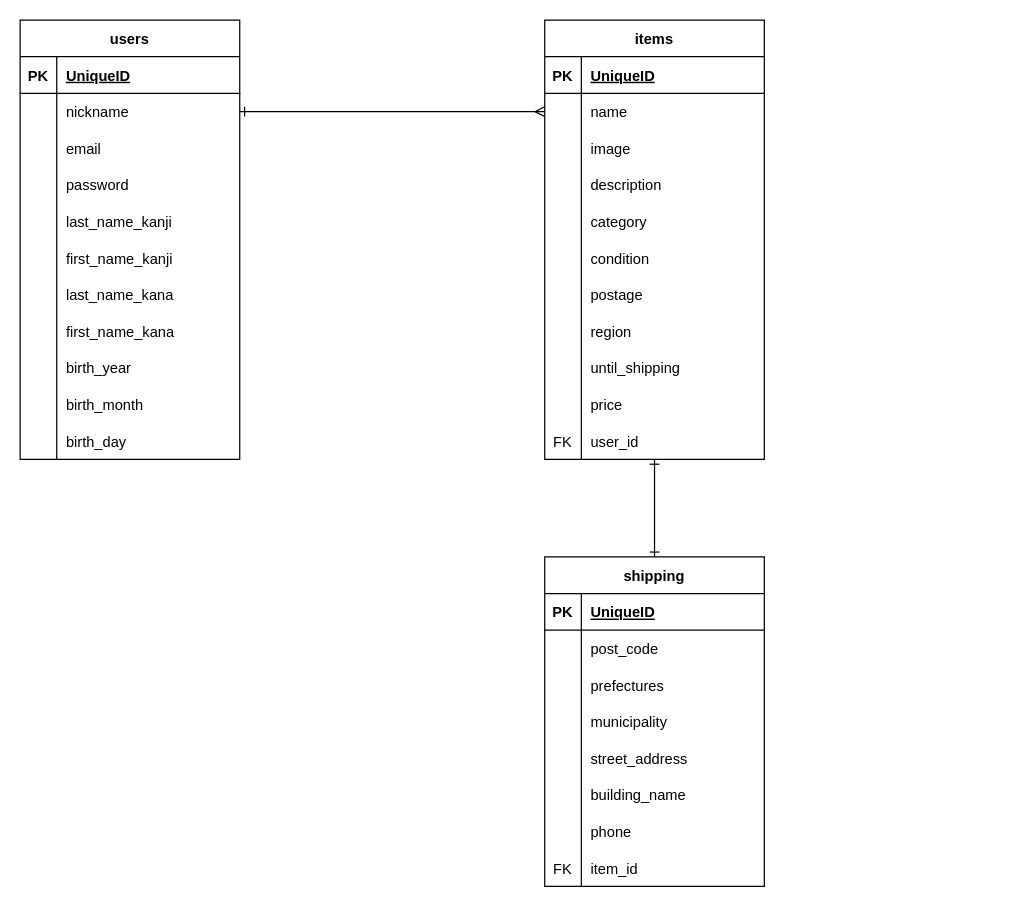
This is ER図.dio from Shun-ST-TechCamp/furima-39524, a draw.io file, before an edit. Source tidied: cells renumbered, new cells numbered last; positions are measured from the earlier drawing's top-left corner, leaving out a move shared by most shapes. Both pictures are drawn from the tidied source at 122%, with x=0, y=0 at pixel (20, 20).
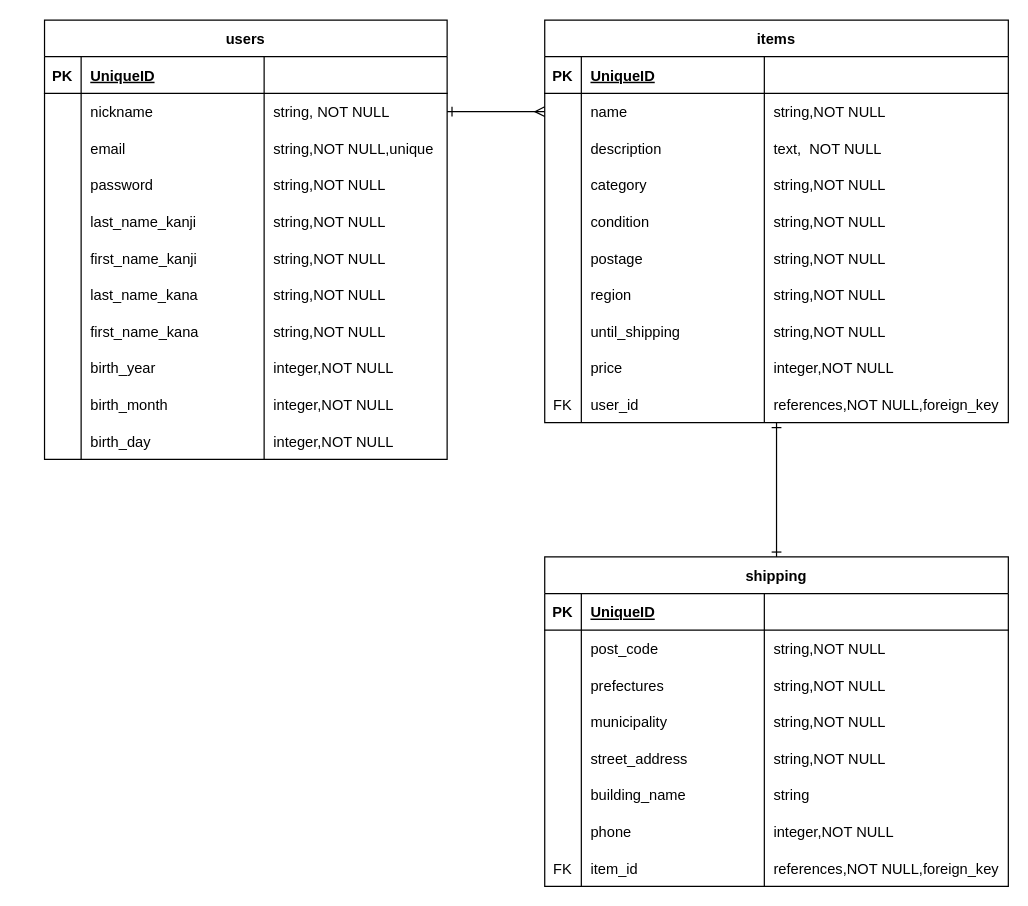
Above is the later version.

The edit, as a diff of the source:
```diff
@@
     <mxCell id="2" value="users" style="shape=table;startSize=30;childLayout=tableLayout;rowLines=0;fontStyle=1;align=center;" parent="1" vertex="1">
-      <mxGeometry width="180" height="360" as="geometry" />
+      <mxGeometry x="20" width="330" height="360" as="geometry" />
     </mxCell>
     <mxCell id="3" style="shape=tableRow;horizontal=0;startSize=0;swimlaneHead=0;swimlaneBody=0;fillColor=none;top=0;left=0;right=0;bottom=1;" parent="2" vertex="1">
-      <mxGeometry y="30" width="180" height="30" as="geometry" />
+      <mxGeometry y="30" width="330" height="30" as="geometry" />
     </mxCell>
@@
+    <mxCell id="97" style="shape=partialRectangle;fillColor=none;top=0;left=0;bottom=0;right=0;align=left;spacingLeft=6;fontStyle=5;overflow=hidden;" parent="3" vertex="1">
+      <mxGeometry x="180" width="150" height="30" as="geometry" />
+    </mxCell>
     <mxCell id="6" style="shape=tableRow;horizontal=0;startSize=0;swimlaneHead=0;swimlaneBody=0;fillColor=none;points=[[0,0.5],[1,0.5]];portConstraint=eastwest;top=0;left=0;right=0;bottom=0;" parent="2" vertex="1">
-      <mxGeometry y="60" width="180" height="30" as="geometry" />
+      <mxGeometry y="60" width="330" height="30" as="geometry" />
     </mxCell>
@@
+    <mxCell id="98" value="string, NOT NULL" style="shape=partialRectangle;fillColor=none;top=0;left=0;bottom=0;right=0;align=left;spacingLeft=6;overflow=hidden;" parent="6" vertex="1">
+      <mxGeometry x="180" width="150" height="30" as="geometry" />
+    </mxCell>
     <mxCell id="9" style="shape=tableRow;horizontal=0;startSize=0;swimlaneHead=0;swimlaneBody=0;fillColor=none;top=0;left=0;right=0;bottom=0;" parent="2" vertex="1">
-      <mxGeometry y="90" width="180" height="30" as="geometry" />
+      <mxGeometry y="90" width="330" height="30" as="geometry" />
     </mxCell>
@@
+    <mxCell id="99" value="string,NOT NULL,unique" style="shape=partialRectangle;fillColor=none;top=0;left=0;bottom=0;right=0;align=left;spacingLeft=6;overflow=hidden;" parent="9" vertex="1">
+      <mxGeometry x="180" width="150" height="30" as="geometry" />
+    </mxCell>
     <mxCell id="12" style="shape=tableRow;horizontal=0;startSize=0;swimlaneHead=0;swimlaneBody=0;fillColor=none;top=0;left=0;right=0;bottom=0;" parent="2" vertex="1">
-      <mxGeometry y="120" width="180" height="30" as="geometry" />
+      <mxGeometry y="120" width="330" height="30" as="geometry" />
     </mxCell>
@@
+    <mxCell id="100" value="string,NOT NULL" style="shape=partialRectangle;fillColor=none;top=0;left=0;bottom=0;right=0;align=left;spacingLeft=6;overflow=hidden;" parent="12" vertex="1">
+      <mxGeometry x="180" width="150" height="30" as="geometry" />
+    </mxCell>
     <mxCell id="15" style="shape=tableRow;horizontal=0;startSize=0;swimlaneHead=0;swimlaneBody=0;fillColor=none;top=0;left=0;right=0;bottom=0;" parent="2" vertex="1">
-      <mxGeometry y="150" width="180" height="30" as="geometry" />
+      <mxGeometry y="150" width="330" height="30" as="geometry" />
     </mxCell>
@@
+    <mxCell id="101" value="string,NOT NULL" style="shape=partialRectangle;fillColor=none;top=0;left=0;bottom=0;right=0;align=left;spacingLeft=6;overflow=hidden;" parent="15" vertex="1">
+      <mxGeometry x="180" width="150" height="30" as="geometry" />
+    </mxCell>
     <mxCell id="18" style="shape=tableRow;horizontal=0;startSize=0;swimlaneHead=0;swimlaneBody=0;fillColor=none;top=0;left=0;right=0;bottom=0;" parent="2" vertex="1">
-      <mxGeometry y="180" width="180" height="30" as="geometry" />
+      <mxGeometry y="180" width="330" height="30" as="geometry" />
     </mxCell>
@@
+    <mxCell id="102" value="string,NOT NULL" style="shape=partialRectangle;fillColor=none;top=0;left=0;bottom=0;right=0;align=left;spacingLeft=6;overflow=hidden;" parent="18" vertex="1">
+      <mxGeometry x="180" width="150" height="30" as="geometry" />
+    </mxCell>
     <mxCell id="21" style="shape=tableRow;horizontal=0;startSize=0;swimlaneHead=0;swimlaneBody=0;fillColor=none;top=0;left=0;right=0;bottom=0;" parent="2" vertex="1">
-      <mxGeometry y="210" width="180" height="30" as="geometry" />
+      <mxGeometry y="210" width="330" height="30" as="geometry" />
     </mxCell>
@@
+    <mxCell id="103" value="string,NOT NULL" style="shape=partialRectangle;fillColor=none;top=0;left=0;bottom=0;right=0;align=left;spacingLeft=6;overflow=hidden;" parent="21" vertex="1">
+      <mxGeometry x="180" width="150" height="30" as="geometry" />
+    </mxCell>
     <mxCell id="24" style="shape=tableRow;horizontal=0;startSize=0;swimlaneHead=0;swimlaneBody=0;fillColor=none;top=0;left=0;right=0;bottom=0;" parent="2" vertex="1">
-      <mxGeometry y="240" width="180" height="30" as="geometry" />
+      <mxGeometry y="240" width="330" height="30" as="geometry" />
     </mxCell>
@@
+    <mxCell id="104" value="string,NOT NULL" style="shape=partialRectangle;fillColor=none;top=0;left=0;bottom=0;right=0;align=left;spacingLeft=6;overflow=hidden;" parent="24" vertex="1">
+      <mxGeometry x="180" width="150" height="30" as="geometry" />
+    </mxCell>
     <mxCell id="27" style="shape=tableRow;horizontal=0;startSize=0;swimlaneHead=0;swimlaneBody=0;fillColor=none;top=0;left=0;right=0;bottom=0;" parent="2" vertex="1">
-      <mxGeometry y="270" width="180" height="30" as="geometry" />
+      <mxGeometry y="270" width="330" height="30" as="geometry" />
     </mxCell>
@@
+    <mxCell id="105" value="integer,NOT NULL" style="shape=partialRectangle;fillColor=none;top=0;left=0;bottom=0;right=0;align=left;spacingLeft=6;overflow=hidden;" parent="27" vertex="1">
+      <mxGeometry x="180" width="150" height="30" as="geometry" />
+    </mxCell>
     <mxCell id="30" style="shape=tableRow;horizontal=0;startSize=0;swimlaneHead=0;swimlaneBody=0;fillColor=none;top=0;left=0;right=0;bottom=0;" parent="2" vertex="1">
-      <mxGeometry y="300" width="180" height="30" as="geometry" />
+      <mxGeometry y="300" width="330" height="30" as="geometry" />
     </mxCell>
@@
+    <mxCell id="106" value="integer,NOT NULL" style="shape=partialRectangle;fillColor=none;top=0;left=0;bottom=0;right=0;align=left;spacingLeft=6;overflow=hidden;" parent="30" vertex="1">
+      <mxGeometry x="180" width="150" height="30" as="geometry" />
+    </mxCell>
     <mxCell id="33" style="shape=tableRow;horizontal=0;startSize=0;swimlaneHead=0;swimlaneBody=0;fillColor=none;top=0;left=0;right=0;bottom=0;" parent="2" vertex="1">
-      <mxGeometry y="330" width="180" height="30" as="geometry" />
+      <mxGeometry y="330" width="330" height="30" as="geometry" />
     </mxCell>
@@
+    <mxCell id="107" value="integer,NOT NULL" style="shape=partialRectangle;fillColor=none;top=0;left=0;bottom=0;right=0;align=left;spacingLeft=6;overflow=hidden;" parent="33" vertex="1">
+      <mxGeometry x="180" width="150" height="30" as="geometry" />
+    </mxCell>
@@
     <mxCell id="37" value="items" style="shape=table;startSize=30;childLayout=tableLayout;rowLines=0;fontStyle=1;align=center;" parent="1" vertex="1">
-      <mxGeometry x="430" width="180" height="360" as="geometry" />
+      <mxGeometry x="430" width="380" height="330" as="geometry" />
     </mxCell>
     <mxCell id="38" style="shape=tableRow;horizontal=0;startSize=0;swimlaneHead=0;swimlaneBody=0;fillColor=none;top=0;left=0;right=0;bottom=1;" parent="37" vertex="1">
-      <mxGeometry y="30" width="180" height="30" as="geometry" />
+      <mxGeometry y="30" width="380" height="30" as="geometry" />
     </mxCell>
@@
+    <mxCell id="108" style="shape=partialRectangle;fillColor=none;top=0;left=0;bottom=0;right=0;align=left;spacingLeft=6;fontStyle=5;overflow=hidden;" parent="38" vertex="1">
+      <mxGeometry x="180" width="200" height="30" as="geometry" />
+    </mxCell>
     <mxCell id="41" style="shape=tableRow;horizontal=0;startSize=0;swimlaneHead=0;swimlaneBody=0;fillColor=none;points=[[0,0.5],[1,0.5]];portConstraint=eastwest;top=0;left=0;right=0;bottom=0;" parent="37" vertex="1">
-      <mxGeometry y="60" width="180" height="30" as="geometry" />
+      <mxGeometry y="60" width="380" height="30" as="geometry" />
     </mxCell>
@@
-    <mxCell id="44" style="shape=tableRow;horizontal=0;startSize=0;swimlaneHead=0;swimlaneBody=0;fillColor=none;top=0;left=0;right=0;bottom=0;" parent="37" vertex="1">
-      <mxGeometry y="90" width="180" height="30" as="geometry" />
-    </mxCell>
-    <mxCell id="45" style="shape=partialRectangle;fillColor=none;top=0;left=0;bottom=0;right=0;overflow=hidden;" parent="44" vertex="1">
-      <mxGeometry width="30" height="30" as="geometry" />
-    </mxCell>
-    <mxCell id="46" value="image" style="shape=partialRectangle;fillColor=none;top=0;left=0;bottom=0;right=0;align=left;spacingLeft=6;overflow=hidden;" parent="44" vertex="1">
-      <mxGeometry x="30" width="150" height="30" as="geometry" />
-    </mxCell>
+    <mxCell id="109" value="string,NOT NULL" style="shape=partialRectangle;fillColor=none;top=0;left=0;bottom=0;right=0;align=left;spacingLeft=6;overflow=hidden;" parent="41" vertex="1">
+      <mxGeometry x="180" width="200" height="30" as="geometry" />
+    </mxCell>
     <mxCell id="47" style="shape=tableRow;horizontal=0;startSize=0;swimlaneHead=0;swimlaneBody=0;fillColor=none;top=0;left=0;right=0;bottom=0;" parent="37" vertex="1">
-      <mxGeometry y="120" width="180" height="30" as="geometry" />
+      <mxGeometry y="90" width="380" height="30" as="geometry" />
     </mxCell>
@@
+    <mxCell id="110" value="text,  NOT NULL" style="shape=partialRectangle;fillColor=none;top=0;left=0;bottom=0;right=0;align=left;spacingLeft=6;overflow=hidden;" parent="47" vertex="1">
+      <mxGeometry x="180" width="200" height="30" as="geometry" />
+    </mxCell>
     <mxCell id="50" style="shape=tableRow;horizontal=0;startSize=0;swimlaneHead=0;swimlaneBody=0;fillColor=none;top=0;left=0;right=0;bottom=0;" parent="37" vertex="1">
-      <mxGeometry y="150" width="180" height="30" as="geometry" />
+      <mxGeometry y="120" width="380" height="30" as="geometry" />
     </mxCell>
@@
+    <mxCell id="111" value="string,NOT NULL" style="shape=partialRectangle;fillColor=none;top=0;left=0;bottom=0;right=0;align=left;spacingLeft=6;overflow=hidden;" parent="50" vertex="1">
+      <mxGeometry x="180" width="200" height="30" as="geometry" />
+    </mxCell>
     <mxCell id="53" style="shape=tableRow;horizontal=0;startSize=0;swimlaneHead=0;swimlaneBody=0;fillColor=none;top=0;left=0;right=0;bottom=0;" parent="37" vertex="1">
-      <mxGeometry y="180" width="180" height="30" as="geometry" />
+      <mxGeometry y="150" width="380" height="30" as="geometry" />
     </mxCell>
@@
+    <mxCell id="112" value="string,NOT NULL" style="shape=partialRectangle;fillColor=none;top=0;left=0;bottom=0;right=0;align=left;spacingLeft=6;overflow=hidden;" parent="53" vertex="1">
+      <mxGeometry x="180" width="200" height="30" as="geometry" />
+    </mxCell>
     <mxCell id="56" style="shape=tableRow;horizontal=0;startSize=0;swimlaneHead=0;swimlaneBody=0;fillColor=none;top=0;left=0;right=0;bottom=0;" parent="37" vertex="1">
-      <mxGeometry y="210" width="180" height="30" as="geometry" />
+      <mxGeometry y="180" width="380" height="30" as="geometry" />
     </mxCell>
@@
+    <mxCell id="113" value="string,NOT NULL" style="shape=partialRectangle;fillColor=none;top=0;left=0;bottom=0;right=0;align=left;spacingLeft=6;overflow=hidden;labelBorderColor=none;" parent="56" vertex="1">
+      <mxGeometry x="180" width="200" height="30" as="geometry" />
+    </mxCell>
     <mxCell id="59" style="shape=tableRow;horizontal=0;startSize=0;swimlaneHead=0;swimlaneBody=0;fillColor=none;top=0;left=0;right=0;bottom=0;" parent="37" vertex="1">
-      <mxGeometry y="240" width="180" height="30" as="geometry" />
+      <mxGeometry y="210" width="380" height="30" as="geometry" />
     </mxCell>
@@
+    <mxCell id="114" value="string,NOT NULL" style="shape=partialRectangle;fillColor=none;top=0;left=0;bottom=0;right=0;align=left;spacingLeft=6;overflow=hidden;labelBorderColor=none;" parent="59" vertex="1">
+      <mxGeometry x="180" width="200" height="30" as="geometry" />
+    </mxCell>
     <mxCell id="62" style="shape=tableRow;horizontal=0;startSize=0;swimlaneHead=0;swimlaneBody=0;fillColor=none;top=0;left=0;right=0;bottom=0;" parent="37" vertex="1">
-      <mxGeometry y="270" width="180" height="30" as="geometry" />
+      <mxGeometry y="240" width="380" height="30" as="geometry" />
     </mxCell>
@@
+    <mxCell id="115" value="string,NOT NULL" style="shape=partialRectangle;fillColor=none;top=0;left=0;bottom=0;right=0;align=left;spacingLeft=6;overflow=hidden;labelBorderColor=none;" parent="62" vertex="1">
+      <mxGeometry x="180" width="200" height="30" as="geometry" />
+    </mxCell>
     <mxCell id="65" style="shape=tableRow;horizontal=0;startSize=0;swimlaneHead=0;swimlaneBody=0;fillColor=none;top=0;left=0;right=0;bottom=0;" parent="37" vertex="1">
-      <mxGeometry y="300" width="180" height="30" as="geometry" />
+      <mxGeometry y="270" width="380" height="30" as="geometry" />
     </mxCell>
@@
+    <mxCell id="116" value="integer,NOT NULL" style="shape=partialRectangle;fillColor=none;top=0;left=0;bottom=0;right=0;align=left;spacingLeft=6;overflow=hidden;labelBorderColor=none;" parent="65" vertex="1">
+      <mxGeometry x="180" width="200" height="30" as="geometry" />
+    </mxCell>
     <mxCell id="68" style="shape=tableRow;horizontal=0;startSize=0;swimlaneHead=0;swimlaneBody=0;fillColor=none;top=0;left=0;right=0;bottom=0;" parent="37" vertex="1">
-      <mxGeometry y="330" width="180" height="30" as="geometry" />
+      <mxGeometry y="300" width="380" height="30" as="geometry" />
     </mxCell>
@@
+    <mxCell id="117" value="references,NOT NULL,foreign_key" style="shape=partialRectangle;fillColor=none;top=0;left=0;bottom=0;right=0;align=left;spacingLeft=6;overflow=hidden;labelBorderColor=none;" parent="68" vertex="1">
+      <mxGeometry x="180" width="200" height="30" as="geometry" />
+    </mxCell>
     <mxCell id="71" value="shipping" style="shape=table;startSize=30;childLayout=tableLayout;rowLines=0;fontStyle=1;align=center;" parent="1" vertex="1">
-      <mxGeometry x="430" y="440" width="180" height="270" as="geometry" />
+      <mxGeometry x="430" y="440" width="380" height="270" as="geometry" />
     </mxCell>
     <mxCell id="72" style="shape=tableRow;horizontal=0;startSize=0;swimlaneHead=0;swimlaneBody=0;fillColor=none;top=0;left=0;right=0;bottom=1;" parent="71" vertex="1">
-      <mxGeometry y="30" width="180" height="30" as="geometry" />
+      <mxGeometry y="30" width="380" height="30" as="geometry" />
     </mxCell>
@@
+    <mxCell id="118" style="shape=partialRectangle;fillColor=none;top=0;left=0;bottom=0;right=0;align=left;spacingLeft=6;fontStyle=5;overflow=hidden;" parent="72" vertex="1">
+      <mxGeometry x="180" width="200" height="30" as="geometry" />
+    </mxCell>
     <mxCell id="75" style="shape=tableRow;horizontal=0;startSize=0;swimlaneHead=0;swimlaneBody=0;fillColor=none;top=0;left=0;right=0;bottom=0;" parent="71" vertex="1">
-      <mxGeometry y="60" width="180" height="30" as="geometry" />
+      <mxGeometry y="60" width="380" height="30" as="geometry" />
     </mxCell>
@@
+    <mxCell id="119" value="string,NOT NULL" style="shape=partialRectangle;fillColor=none;top=0;left=0;bottom=0;right=0;align=left;spacingLeft=6;overflow=hidden;" parent="75" vertex="1">
+      <mxGeometry x="180" width="200" height="30" as="geometry" />
+    </mxCell>
     <mxCell id="78" style="shape=tableRow;horizontal=0;startSize=0;swimlaneHead=0;swimlaneBody=0;fillColor=none;top=0;left=0;right=0;bottom=0;" parent="71" vertex="1">
-      <mxGeometry y="90" width="180" height="30" as="geometry" />
+      <mxGeometry y="90" width="380" height="30" as="geometry" />
     </mxCell>
@@
+    <mxCell id="120" value="string,NOT NULL" style="shape=partialRectangle;fillColor=none;top=0;left=0;bottom=0;right=0;align=left;spacingLeft=6;overflow=hidden;" parent="78" vertex="1">
+      <mxGeometry x="180" width="200" height="30" as="geometry" />
+    </mxCell>
     <mxCell id="81" style="shape=tableRow;horizontal=0;startSize=0;swimlaneHead=0;swimlaneBody=0;fillColor=none;top=0;left=0;right=0;bottom=0;" parent="71" vertex="1">
-      <mxGeometry y="120" width="180" height="30" as="geometry" />
+      <mxGeometry y="120" width="380" height="30" as="geometry" />
     </mxCell>
@@
+    <mxCell id="121" value="string,NOT NULL" style="shape=partialRectangle;fillColor=none;top=0;left=0;bottom=0;right=0;align=left;spacingLeft=6;overflow=hidden;" parent="81" vertex="1">
+      <mxGeometry x="180" width="200" height="30" as="geometry" />
+    </mxCell>
     <mxCell id="84" style="shape=tableRow;horizontal=0;startSize=0;swimlaneHead=0;swimlaneBody=0;fillColor=none;top=0;left=0;right=0;bottom=0;" parent="71" vertex="1">
-      <mxGeometry y="150" width="180" height="30" as="geometry" />
+      <mxGeometry y="150" width="380" height="30" as="geometry" />
     </mxCell>
@@
+    <mxCell id="122" value="string,NOT NULL" style="shape=partialRectangle;fillColor=none;top=0;left=0;bottom=0;right=0;align=left;spacingLeft=6;overflow=hidden;" parent="84" vertex="1">
+      <mxGeometry x="180" width="200" height="30" as="geometry" />
+    </mxCell>
     <mxCell id="87" style="shape=tableRow;horizontal=0;startSize=0;swimlaneHead=0;swimlaneBody=0;fillColor=none;top=0;left=0;right=0;bottom=0;" parent="71" vertex="1">
-      <mxGeometry y="180" width="180" height="30" as="geometry" />
+      <mxGeometry y="180" width="380" height="30" as="geometry" />
     </mxCell>
@@
+    <mxCell id="123" value="string" style="shape=partialRectangle;fillColor=none;top=0;left=0;bottom=0;right=0;align=left;spacingLeft=6;overflow=hidden;" parent="87" vertex="1">
+      <mxGeometry x="180" width="200" height="30" as="geometry" />
+    </mxCell>
     <mxCell id="90" style="shape=tableRow;horizontal=0;startSize=0;swimlaneHead=0;swimlaneBody=0;fillColor=none;top=0;left=0;right=0;bottom=0;" parent="71" vertex="1">
-      <mxGeometry y="210" width="180" height="30" as="geometry" />
+      <mxGeometry y="210" width="380" height="30" as="geometry" />
     </mxCell>
@@
+    <mxCell id="124" value="integer,NOT NULL" style="shape=partialRectangle;fillColor=none;top=0;left=0;bottom=0;right=0;align=left;spacingLeft=6;overflow=hidden;" parent="90" vertex="1">
+      <mxGeometry x="180" width="200" height="30" as="geometry" />
+    </mxCell>
     <mxCell id="93" style="shape=tableRow;horizontal=0;startSize=0;swimlaneHead=0;swimlaneBody=0;fillColor=none;top=0;left=0;right=0;bottom=0;" parent="71" vertex="1">
-      <mxGeometry y="240" width="180" height="30" as="geometry" />
+      <mxGeometry y="240" width="380" height="30" as="geometry" />
     </mxCell>
@@
+    <mxCell id="125" value="references,NOT NULL,foreign_key" style="shape=partialRectangle;fillColor=none;top=0;left=0;bottom=0;right=0;align=left;spacingLeft=6;overflow=hidden;" parent="93" vertex="1">
+      <mxGeometry x="180" width="200" height="30" as="geometry" />
+    </mxCell>
```
